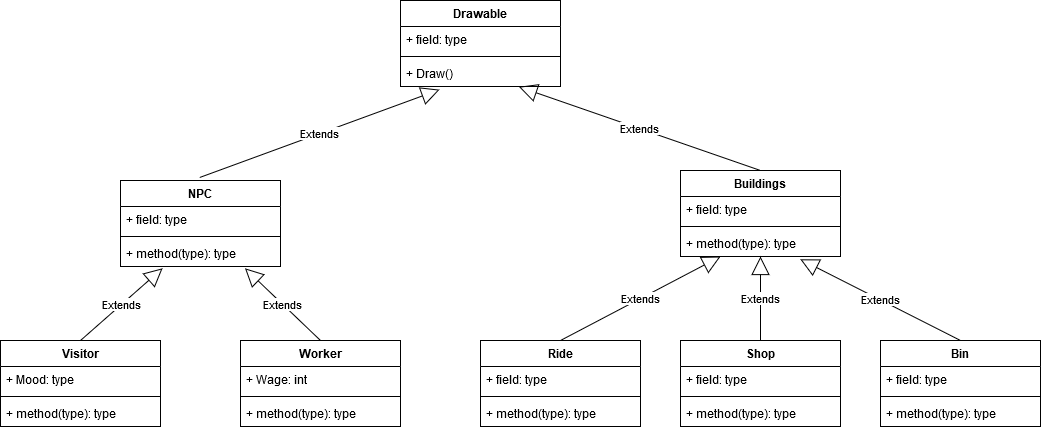
This is miscellaneous/UML.png from kovimilu/teamgtlib, a draw.io export, as it was before one commit. Source tidied: cells renumbered, new cells last; positions are measured from the earlier drawing's top-left corner, leaving out a move shared by most shapes.
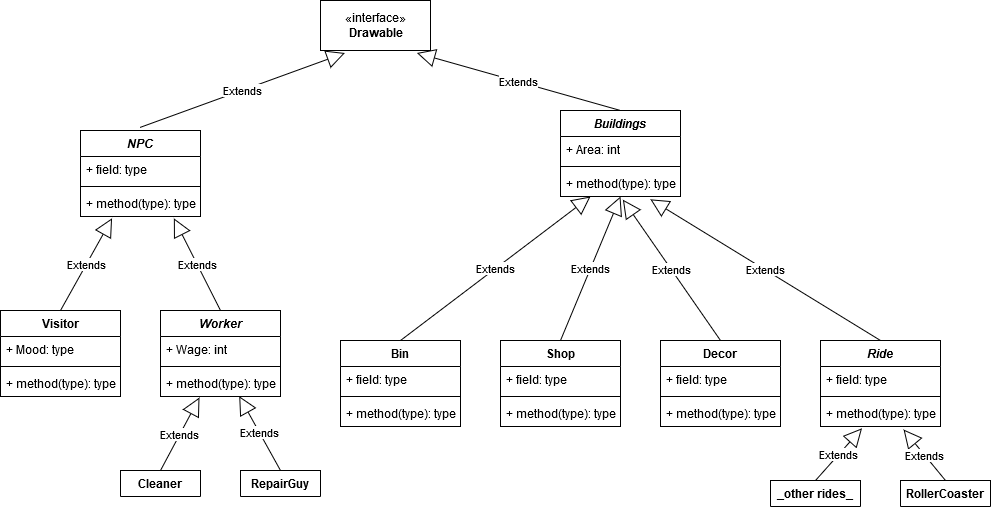
Above is the later version.

Commit message:
UML frissítve

Change to the diagram source:
```diff
@@ -2,41 +2,41 @@
   <root>
     <mxCell id="0" />
     <mxCell id="1" parent="0" />
-    <mxCell id="2" value="NPC&#10;" style="swimlane;fontStyle=1;align=center;verticalAlign=top;horizontal=1;startSize=26;" parent="1" vertex="1">
-      <mxGeometry x="120" y="180" width="160" height="86" as="geometry" />
+    <mxCell id="2" value="NPC&#10;" style="swimlane;fontStyle=3;align=center;verticalAlign=top;horizontal=1;startSize=26;" parent="1" vertex="1">
+      <mxGeometry x="120" y="180" width="120" height="86" as="geometry" />
     </mxCell>
     <mxCell id="3" value="+ field: type" style="text;strokeColor=none;fillColor=none;align=left;verticalAlign=top;spacingLeft=4;spacingRight=4;overflow=hidden;" parent="2" vertex="1">
-      <mxGeometry y="26" width="160" height="26" as="geometry" />
+      <mxGeometry y="26" width="120" height="26" as="geometry" />
     </mxCell>
     <mxCell id="4" style="line;strokeWidth=1;fillColor=none;align=left;verticalAlign=middle;spacingTop=-1;spacingLeft=3;spacingRight=3;labelPosition=right;" parent="2" vertex="1">
-      <mxGeometry y="52" width="160" height="8" as="geometry" />
+      <mxGeometry y="52" width="120" height="8" as="geometry" />
     </mxCell>
     <mxCell id="5" value="+ method(type): type" style="text;strokeColor=none;fillColor=none;align=left;verticalAlign=top;spacingLeft=4;spacingRight=4;overflow=hidden;points=[[0,0.5],[1,0.5]];portConstraint=eastwest;" parent="2" vertex="1">
-      <mxGeometry y="60" width="160" height="26" as="geometry" />
+      <mxGeometry y="60" width="120" height="26" as="geometry" />
     </mxCell>
-    <mxCell id="6" value="Worker" style="swimlane;fontStyle=1;align=center;verticalAlign=top;horizontal=1;startSize=26;" parent="1" vertex="1">
-      <mxGeometry x="240" y="340" width="160" height="86" as="geometry" />
+    <mxCell id="6" value="Worker" style="swimlane;fontStyle=3;align=center;verticalAlign=top;horizontal=1;startSize=26;" parent="1" vertex="1">
+      <mxGeometry x="200" y="360" width="120" height="86" as="geometry" />
     </mxCell>
     <mxCell id="7" value="+ Wage: int" style="text;strokeColor=none;fillColor=none;align=left;verticalAlign=top;spacingLeft=4;spacingRight=4;overflow=hidden;" parent="6" vertex="1">
-      <mxGeometry y="26" width="160" height="26" as="geometry" />
+      <mxGeometry y="26" width="120" height="26" as="geometry" />
     </mxCell>
     <mxCell id="8" style="line;strokeWidth=1;fillColor=none;align=left;verticalAlign=middle;spacingTop=-1;spacingLeft=3;spacingRight=3;labelPosition=right;" parent="6" vertex="1">
-      <mxGeometry y="52" width="160" height="8" as="geometry" />
+      <mxGeometry y="52" width="120" height="8" as="geometry" />
     </mxCell>
     <mxCell id="9" value="+ method(type): type" style="text;strokeColor=none;fillColor=none;align=left;verticalAlign=top;spacingLeft=4;spacingRight=4;overflow=hidden;points=[[0,0.5],[1,0.5]];portConstraint=eastwest;" parent="6" vertex="1">
-      <mxGeometry y="60" width="160" height="26" as="geometry" />
+      <mxGeometry y="60" width="120" height="26" as="geometry" />
     </mxCell>
     <mxCell id="10" value="Visitor" style="swimlane;fontStyle=1;align=center;verticalAlign=top;horizontal=1;startSize=26;" parent="1" vertex="1">
-      <mxGeometry y="340" width="160" height="86" as="geometry" />
+      <mxGeometry x="40" y="360" width="120" height="86" as="geometry" />
     </mxCell>
     <mxCell id="11" value="+ Mood: type" style="text;strokeColor=none;fillColor=none;align=left;verticalAlign=top;spacingLeft=4;spacingRight=4;overflow=hidden;" parent="10" vertex="1">
-      <mxGeometry y="26" width="160" height="26" as="geometry" />
+      <mxGeometry y="26" width="120" height="26" as="geometry" />
     </mxCell>
     <mxCell id="12" style="line;strokeWidth=1;fillColor=none;align=left;verticalAlign=middle;spacingTop=-1;spacingLeft=3;spacingRight=3;labelPosition=right;" parent="10" vertex="1">
-      <mxGeometry y="52" width="160" height="8" as="geometry" />
+      <mxGeometry y="52" width="120" height="8" as="geometry" />
     </mxCell>
     <mxCell id="13" value="+ method(type): type" style="text;strokeColor=none;fillColor=none;align=left;verticalAlign=top;spacingLeft=4;spacingRight=4;overflow=hidden;" parent="10" vertex="1">
-      <mxGeometry y="60" width="160" height="26" as="geometry" />
+      <mxGeometry y="60" width="120" height="26" as="geometry" />
     </mxCell>
     <mxCell id="14" value="Extends" style="endArrow=block;endSize=16;endFill=0;html=1;exitX=0.5;exitY=0;exitDx=0;exitDy=0;entryX=0.263;entryY=1.068;entryDx=0;entryDy=0;entryPerimeter=0;" parent="1" edge="1" source="10" target="5">
       <mxGeometry relative="1" as="geometry" />
@@ -44,68 +44,56 @@
     <mxCell id="15" value="Extends" style="endArrow=block;endSize=16;endFill=0;html=1;entryX=0.778;entryY=1.068;entryDx=0;entryDy=0;entryPerimeter=0;exitX=0.5;exitY=0;exitDx=0;exitDy=0;" parent="1" edge="1" source="6" target="5">
       <mxGeometry relative="1" as="geometry" />
     </mxCell>
-    <mxCell id="16" value="Drawable" style="swimlane;fontStyle=1;align=center;verticalAlign=top;horizontal=1;startSize=26;" parent="1" vertex="1">
-      <mxGeometry x="400" width="160" height="86" as="geometry" />
-    </mxCell>
-    <mxCell id="17" value="+ field: type" style="text;strokeColor=none;fillColor=none;align=left;verticalAlign=top;spacingLeft=4;spacingRight=4;overflow=hidden;" parent="16" vertex="1">
-      <mxGeometry y="26" width="160" height="26" as="geometry" />
-    </mxCell>
-    <mxCell id="18" style="line;strokeWidth=1;fillColor=none;align=left;verticalAlign=middle;spacingTop=-1;spacingLeft=3;spacingRight=3;labelPosition=right;" parent="16" vertex="1">
-      <mxGeometry y="52" width="160" height="8" as="geometry" />
-    </mxCell>
-    <mxCell id="19" value="+ Draw()" style="text;strokeColor=none;fillColor=none;align=left;verticalAlign=top;spacingLeft=4;spacingRight=4;overflow=hidden;points=[[0,0.5],[1,0.5]];portConstraint=eastwest;" parent="16" vertex="1">
-      <mxGeometry y="60" width="160" height="26" as="geometry" />
-    </mxCell>
-    <mxCell id="20" value="Extends" style="endArrow=block;endSize=16;endFill=0;html=1;entryX=0.244;entryY=1.121;entryDx=0;entryDy=0;exitX=0.495;exitY=-0.035;exitDx=0;exitDy=0;exitPerimeter=0;entryPerimeter=0;" parent="1" edge="1" source="2" target="19">
+    <mxCell id="20" value="Extends" style="endArrow=block;endSize=16;endFill=0;html=1;entryX=0.222;entryY=1.05;entryDx=0;entryDy=0;exitX=0.495;exitY=-0.035;exitDx=0;exitDy=0;exitPerimeter=0;entryPerimeter=0;" parent="1" edge="1" source="2" target="41">
       <mxGeometry relative="1" as="geometry" />
     </mxCell>
-    <mxCell id="21" value="Buildings" style="swimlane;fontStyle=1;align=center;verticalAlign=top;horizontal=1;startSize=26;" parent="1" vertex="1">
-      <mxGeometry x="680" y="170" width="160" height="86" as="geometry" />
+    <mxCell id="21" value="Buildings" style="swimlane;fontStyle=3;align=center;verticalAlign=top;horizontal=1;startSize=26;" parent="1" vertex="1">
+      <mxGeometry x="600" y="160" width="120" height="86" as="geometry" />
     </mxCell>
-    <mxCell id="22" value="+ field: type" style="text;strokeColor=none;fillColor=none;align=left;verticalAlign=top;spacingLeft=4;spacingRight=4;overflow=hidden;" parent="21" vertex="1">
-      <mxGeometry y="26" width="160" height="26" as="geometry" />
+    <mxCell id="22" value="+ Area: int" style="text;strokeColor=none;fillColor=none;align=left;verticalAlign=top;spacingLeft=4;spacingRight=4;overflow=hidden;" parent="21" vertex="1">
+      <mxGeometry y="26" width="120" height="26" as="geometry" />
     </mxCell>
     <mxCell id="23" style="line;strokeWidth=1;fillColor=none;align=left;verticalAlign=middle;spacingTop=-1;spacingLeft=3;spacingRight=3;labelPosition=right;" parent="21" vertex="1">
-      <mxGeometry y="52" width="160" height="8" as="geometry" />
+      <mxGeometry y="52" width="120" height="8" as="geometry" />
     </mxCell>
     <mxCell id="24" value="+ method(type): type" style="text;strokeColor=none;fillColor=none;align=left;verticalAlign=top;spacingLeft=4;spacingRight=4;overflow=hidden;points=[[0,0.5],[1,0.5]];portConstraint=eastwest;" parent="21" vertex="1">
-      <mxGeometry y="60" width="160" height="26" as="geometry" />
+      <mxGeometry y="60" width="120" height="26" as="geometry" />
     </mxCell>
-    <mxCell id="25" value="Ride" style="swimlane;fontStyle=1;align=center;verticalAlign=top;horizontal=1;startSize=26;" parent="1" vertex="1">
-      <mxGeometry x="480" y="340" width="160" height="86" as="geometry" />
+    <mxCell id="25" value="Bin" style="swimlane;fontStyle=1;align=center;verticalAlign=top;horizontal=1;startSize=26;" parent="1" vertex="1">
+      <mxGeometry x="380" y="390" width="120" height="86" as="geometry" />
     </mxCell>
     <mxCell id="26" value="+ field: type" style="text;strokeColor=none;fillColor=none;align=left;verticalAlign=top;spacingLeft=4;spacingRight=4;overflow=hidden;" parent="25" vertex="1">
-      <mxGeometry y="26" width="160" height="26" as="geometry" />
+      <mxGeometry y="26" width="120" height="26" as="geometry" />
     </mxCell>
     <mxCell id="27" style="line;strokeWidth=1;fillColor=none;align=left;verticalAlign=middle;spacingTop=-1;spacingLeft=3;spacingRight=3;labelPosition=right;" parent="25" vertex="1">
-      <mxGeometry y="52" width="160" height="8" as="geometry" />
+      <mxGeometry y="52" width="120" height="8" as="geometry" />
     </mxCell>
     <mxCell id="28" value="+ method(type): type" style="text;strokeColor=none;fillColor=none;align=left;verticalAlign=top;spacingLeft=4;spacingRight=4;overflow=hidden;" parent="25" vertex="1">
-      <mxGeometry y="60" width="160" height="26" as="geometry" />
+      <mxGeometry y="60" width="120" height="26" as="geometry" />
     </mxCell>
     <mxCell id="29" value="Shop" style="swimlane;fontStyle=1;align=center;verticalAlign=top;horizontal=1;startSize=26;" parent="1" vertex="1">
-      <mxGeometry x="680" y="340" width="160" height="86" as="geometry" />
+      <mxGeometry x="540" y="390" width="120" height="86" as="geometry" />
     </mxCell>
     <mxCell id="30" value="+ field: type" style="text;strokeColor=none;fillColor=none;align=left;verticalAlign=top;spacingLeft=4;spacingRight=4;overflow=hidden;" parent="29" vertex="1">
-      <mxGeometry y="26" width="160" height="26" as="geometry" />
+      <mxGeometry y="26" width="120" height="26" as="geometry" />
     </mxCell>
     <mxCell id="31" style="line;strokeWidth=1;fillColor=none;align=left;verticalAlign=middle;spacingTop=-1;spacingLeft=3;spacingRight=3;labelPosition=right;" parent="29" vertex="1">
-      <mxGeometry y="52" width="160" height="8" as="geometry" />
+      <mxGeometry y="52" width="120" height="8" as="geometry" />
     </mxCell>
     <mxCell id="32" value="+ method(type): type" style="text;strokeColor=none;fillColor=none;align=left;verticalAlign=top;spacingLeft=4;spacingRight=4;overflow=hidden;" parent="29" vertex="1">
-      <mxGeometry y="60" width="160" height="26" as="geometry" />
+      <mxGeometry y="60" width="120" height="26" as="geometry" />
     </mxCell>
-    <mxCell id="33" value="Bin" style="swimlane;fontStyle=1;align=center;verticalAlign=top;horizontal=1;startSize=26;" parent="1" vertex="1">
-      <mxGeometry x="880" y="340" width="160" height="86" as="geometry" />
+    <mxCell id="33" value="Ride" style="swimlane;fontStyle=3;align=center;verticalAlign=top;horizontal=1;startSize=26;" parent="1" vertex="1">
+      <mxGeometry x="860" y="390" width="120" height="86" as="geometry" />
     </mxCell>
     <mxCell id="34" value="+ field: type" style="text;strokeColor=none;fillColor=none;align=left;verticalAlign=top;spacingLeft=4;spacingRight=4;overflow=hidden;" parent="33" vertex="1">
-      <mxGeometry y="26" width="160" height="26" as="geometry" />
+      <mxGeometry y="26" width="120" height="26" as="geometry" />
     </mxCell>
     <mxCell id="35" style="line;strokeWidth=1;fillColor=none;align=left;verticalAlign=middle;spacingTop=-1;spacingLeft=3;spacingRight=3;labelPosition=right;" parent="33" vertex="1">
-      <mxGeometry y="52" width="160" height="8" as="geometry" />
+      <mxGeometry y="52" width="120" height="8" as="geometry" />
     </mxCell>
     <mxCell id="36" value="+ method(type): type" style="text;strokeColor=none;fillColor=none;align=left;verticalAlign=top;spacingLeft=4;spacingRight=4;overflow=hidden;points=[[0,0.5],[1,0.5]];portConstraint=eastwest;" parent="33" vertex="1">
-      <mxGeometry y="60" width="160" height="26" as="geometry" />
+      <mxGeometry y="60" width="120" height="26" as="geometry" />
     </mxCell>
     <mxCell id="37" value="Extends" style="endArrow=block;endSize=16;endFill=0;html=1;entryX=0.25;entryY=1;entryDx=0;entryDy=0;exitX=0.5;exitY=0;exitDx=0;exitDy=0;" parent="1" edge="1" source="25" target="21">
       <mxGeometry relative="1" as="geometry" />
@@ -116,8 +104,50 @@
     <mxCell id="39" value="Extends" style="endArrow=block;endSize=16;endFill=0;html=1;entryX=0.749;entryY=1.108;entryDx=0;entryDy=0;entryPerimeter=0;exitX=0.5;exitY=0;exitDx=0;exitDy=0;" parent="1" edge="1" source="33" target="24">
       <mxGeometry relative="1" as="geometry" />
     </mxCell>
-    <mxCell id="40" value="Extends" style="endArrow=block;endSize=16;endFill=0;html=1;entryX=0.74;entryY=1.011;entryDx=0;entryDy=0;exitX=0.5;exitY=0;exitDx=0;exitDy=0;entryPerimeter=0;" parent="1" edge="1" source="21" target="19">
+    <mxCell id="40" value="Extends" style="endArrow=block;endSize=16;endFill=0;html=1;entryX=0.876;entryY=1.05;entryDx=0;entryDy=0;exitX=0.5;exitY=0;exitDx=0;exitDy=0;entryPerimeter=0;" parent="1" edge="1" source="21" target="41">
       <mxGeometry relative="1" as="geometry" />
     </mxCell>
+    <mxCell id="41" value="«interface»&lt;br&gt;&lt;div&gt;&lt;b&gt;Drawable&lt;/b&gt;&lt;/div&gt;" style="html=1;" parent="1" vertex="1">
+      <mxGeometry x="360" y="50" width="110" height="50" as="geometry" />
+    </mxCell>
+    <mxCell id="42" value="RepairGuy" style="swimlane;fontStyle=1;align=center;verticalAlign=top;horizontal=1;startSize=26;" parent="1" vertex="1" collapsed="1">
+      <mxGeometry x="280" y="520" width="80" height="26" as="geometry" />
+    </mxCell>
+    <mxCell id="43" value="Extends" style="endArrow=block;endSize=16;endFill=0;html=1;entryX=0.656;entryY=0.987;entryDx=0;entryDy=0;exitX=0.5;exitY=0;exitDx=0;exitDy=0;entryPerimeter=0;" parent="1" edge="1" source="42" target="9">
+      <mxGeometry relative="1" as="geometry" />
+    </mxCell>
+    <mxCell id="44" value="Cleaner" style="swimlane;fontStyle=1;align=center;verticalAlign=top;horizontal=1;startSize=26;" parent="1" vertex="1" collapsed="1">
+      <mxGeometry x="160" y="520" width="80" height="26" as="geometry" />
+    </mxCell>
+    <mxCell id="45" value="Extends" style="endArrow=block;endSize=16;endFill=0;html=1;exitX=0.5;exitY=0;exitDx=0;exitDy=0;entryX=0.325;entryY=1.038;entryDx=0;entryDy=0;entryPerimeter=0;" parent="1" edge="1" source="44" target="9">
+      <mxGeometry relative="1" as="geometry" />
+    </mxCell>
+    <mxCell id="46" value="RollerCoaster" style="swimlane;fontStyle=1;align=center;verticalAlign=top;horizontal=1;startSize=26;" parent="1" vertex="1" collapsed="1">
+      <mxGeometry x="940" y="530" width="90" height="26" as="geometry" />
+    </mxCell>
+    <mxCell id="47" value="_other rides_" style="swimlane;fontStyle=1;align=center;verticalAlign=top;horizontal=1;startSize=26;" parent="1" vertex="1" collapsed="1">
+      <mxGeometry x="810" y="530" width="90" height="26" as="geometry" />
+    </mxCell>
+    <mxCell id="48" value="Extends" style="endArrow=block;endSize=16;endFill=0;html=1;entryX=0.346;entryY=1.068;entryDx=0;entryDy=0;entryPerimeter=0;exitX=0.5;exitY=0;exitDx=0;exitDy=0;" parent="1" edge="1" source="47" target="36">
+      <mxGeometry relative="1" as="geometry" />
+    </mxCell>
+    <mxCell id="49" value="Extends" style="endArrow=block;endSize=16;endFill=0;html=1;exitX=0.5;exitY=0;exitDx=0;exitDy=0;entryX=0.692;entryY=1.115;entryDx=0;entryDy=0;entryPerimeter=0;" parent="1" edge="1" source="46" target="36">
+      <mxGeometry relative="1" as="geometry" />
+    </mxCell>
+    <mxCell id="50" value="Decor" style="swimlane;fontStyle=1;align=center;verticalAlign=top;horizontal=1;startSize=26;" parent="1" vertex="1">
+      <mxGeometry x="700" y="390" width="120" height="86" as="geometry" />
+    </mxCell>
+    <mxCell id="17" value="+ field: type" style="text;strokeColor=none;fillColor=none;align=left;verticalAlign=top;spacingLeft=4;spacingRight=4;overflow=hidden;" parent="50" vertex="1">
+      <mxGeometry y="26" width="120" height="26" as="geometry" />
+    </mxCell>
+    <mxCell id="51" style="line;strokeWidth=1;fillColor=none;align=left;verticalAlign=middle;spacingTop=-1;spacingLeft=3;spacingRight=3;labelPosition=right;" parent="50" vertex="1">
+      <mxGeometry y="52" width="120" height="8" as="geometry" />
+    </mxCell>
+    <mxCell id="52" value="+ method(type): type" style="text;strokeColor=none;fillColor=none;align=left;verticalAlign=top;spacingLeft=4;spacingRight=4;overflow=hidden;" parent="50" vertex="1">
+      <mxGeometry y="60" width="120" height="26" as="geometry" />
+    </mxCell>
+    <mxCell id="53" value="Extends" style="endArrow=block;endSize=16;endFill=0;html=1;entryX=0.52;entryY=1.122;entryDx=0;entryDy=0;exitX=0.5;exitY=0;exitDx=0;exitDy=0;entryPerimeter=0;" parent="1" edge="1" source="50" target="24">
+      <mxGeometry relative="1" as="geometry" />
+    </mxCell>
   </root>
 </mxGraphModel>
```
